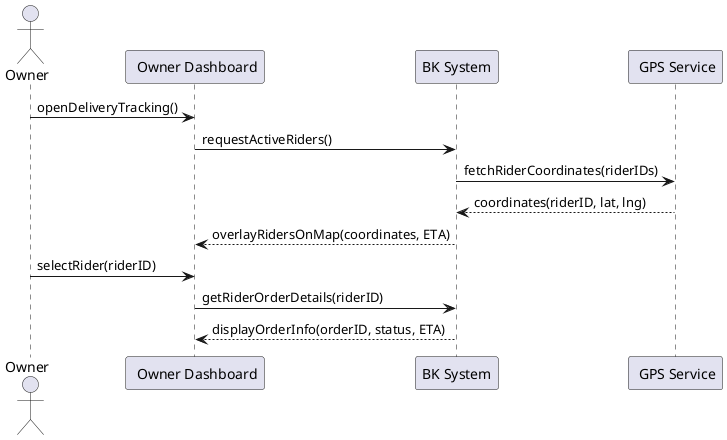
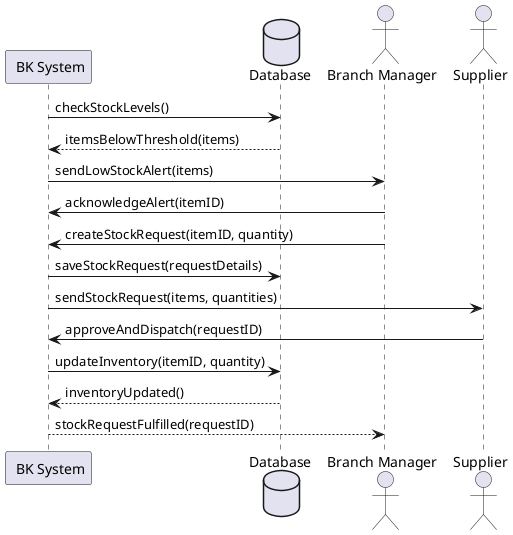
@startuml

- actor Owner
+ participant " BK System" as System
+ database "️ Database" as DB
+ actor "Branch Manager" as Manager
+ actor "Supplier" as Supplier

- participant " Owner Dashboard" as Dashboard
- participant "BK System" as System
- participant " GPS Service" as GPSService
+ System -> DB : checkStockLevels()
+ DB --> System : itemsBelowThreshold(items)

- Owner -> Dashboard : openDeliveryTracking()
+ System -> Manager : sendLowStockAlert(items)
+ Manager -> System : acknowledgeAlert(itemID)

- Dashboard -> System : requestActiveRiders()
+ Manager -> System : createStockRequest(itemID, quantity)
+ System -> DB : saveStockRequest(requestDetails)

- System -> GPSService : fetchRiderCoordinates(riderIDs)
- GPSService --> System : coordinates(riderID, lat, lng)
+ System -> Supplier : sendStockRequest(items, quantities)
+ Supplier -> System : approveAndDispatch(requestID)

- System --> Dashboard : overlayRidersOnMap(coordinates, ETA)
+ System -> DB : updateInventory(itemID, quantity)
+ DB --> System : inventoryUpdated()

- Owner -> Dashboard : selectRider(riderID)
- 
- Dashboard -> System : getRiderOrderDetails(riderID)
- System --> Dashboard : displayOrderInfo(orderID, status, ETA)
+ System --> Manager : stockRequestFulfilled(requestID)

@enduml